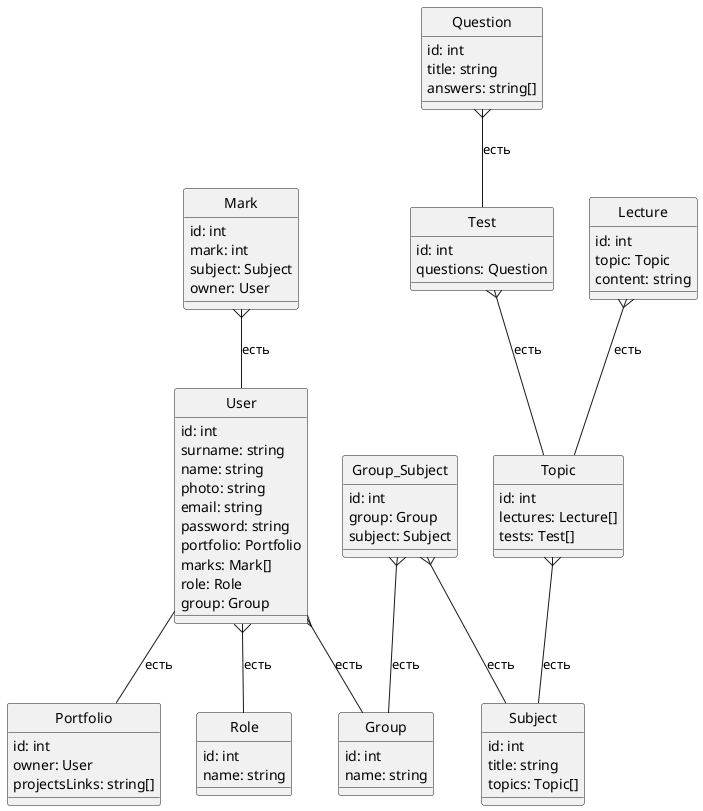
Before: er.png, a diagram exported from PlantUML (studcon/resourses). Source of this version:
```plantuml
@startuml
hide circle

class User {
   id: int
   surname: string
   name: string
   photo: string
   email: string
   password: string
   portfolio: Portfolio
   marks: Mark[]
   role: Role
   group: Group
}

class Group {
   id: int
   name: string
}

enum Role {
   id: int
   name: string

}

class Mark {
   id: int
   mark: int
   subject: Subject
   owner: User
}

class Portfolio {
   id: int
   owner: User
   projectsLinks: string[]

}

class Topic {
   id: int
   lectures: Lecture[]
   tests: Test[]
}

class Lecture {
   id: int
   topic: Topic
   content: string
}

class Test {
   id: int
   questions: Question
}

class Question {
   id: int
   title: string
   answers: string[]
}

class Subject {
   id: int
   title: string
   topics: Topic[]
}

class Group_Subject {
   id: int
   group: Group
   subject: Subject
}

User }-- Role: есть
User -- Portfolio: есть
Lecture }-- Topic: есть
Test }-- Topic: есть
User }-- Group: есть
Mark }-- User: есть
Question }-- Test: есть
Group_Subject }-- Group: есть
Group_Subject }-- Subject: есть
Topic }-- Subject: есть
@enduml
```
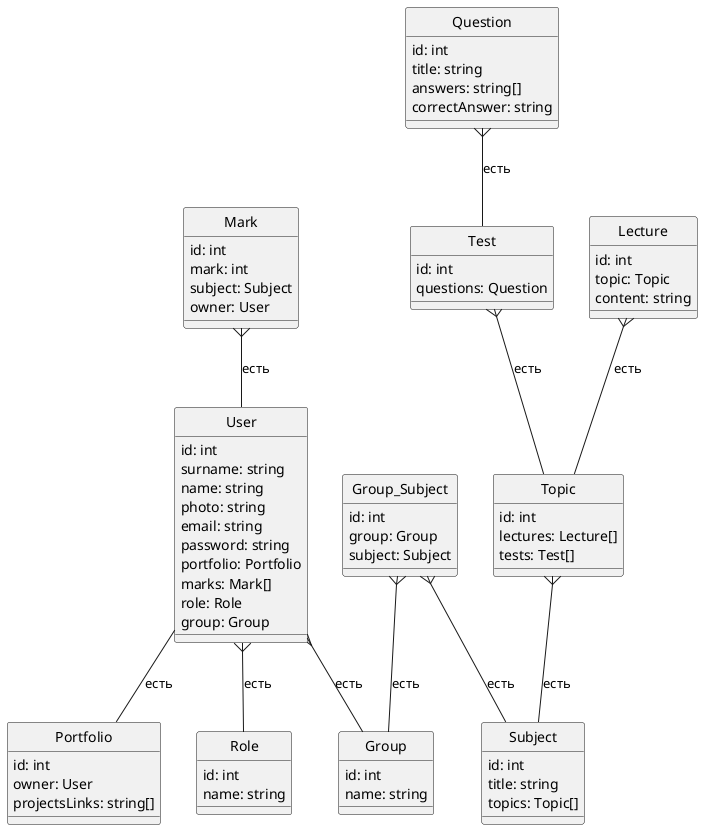
After the change.

The edit, as a diff of the source:
```diff
@@ -60,6 +60,7 @@
    id: int
    title: string
    answers: string[]
+   correctAnswer: string
 }
 
 class Subject {
```
